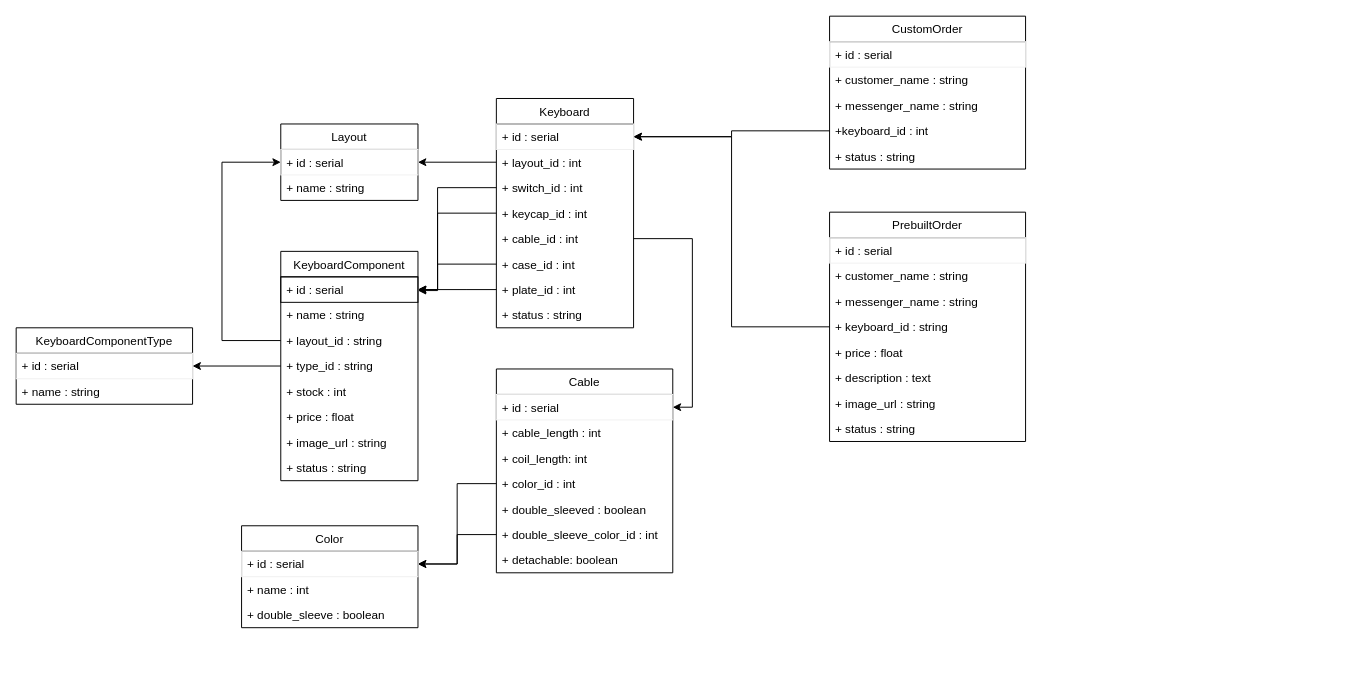
Earlier version of the draw.io diagram UML.drawio (saas786/chavez-inventory). Source tidied: cells renumbered, new cells numbered last; positions are measured from the earlier drawing's top-left corner, leaving out a move shared by most shapes. Both pictures are drawn from the tidied source at 98%, with x=0, y=0 at pixel (16, 16).
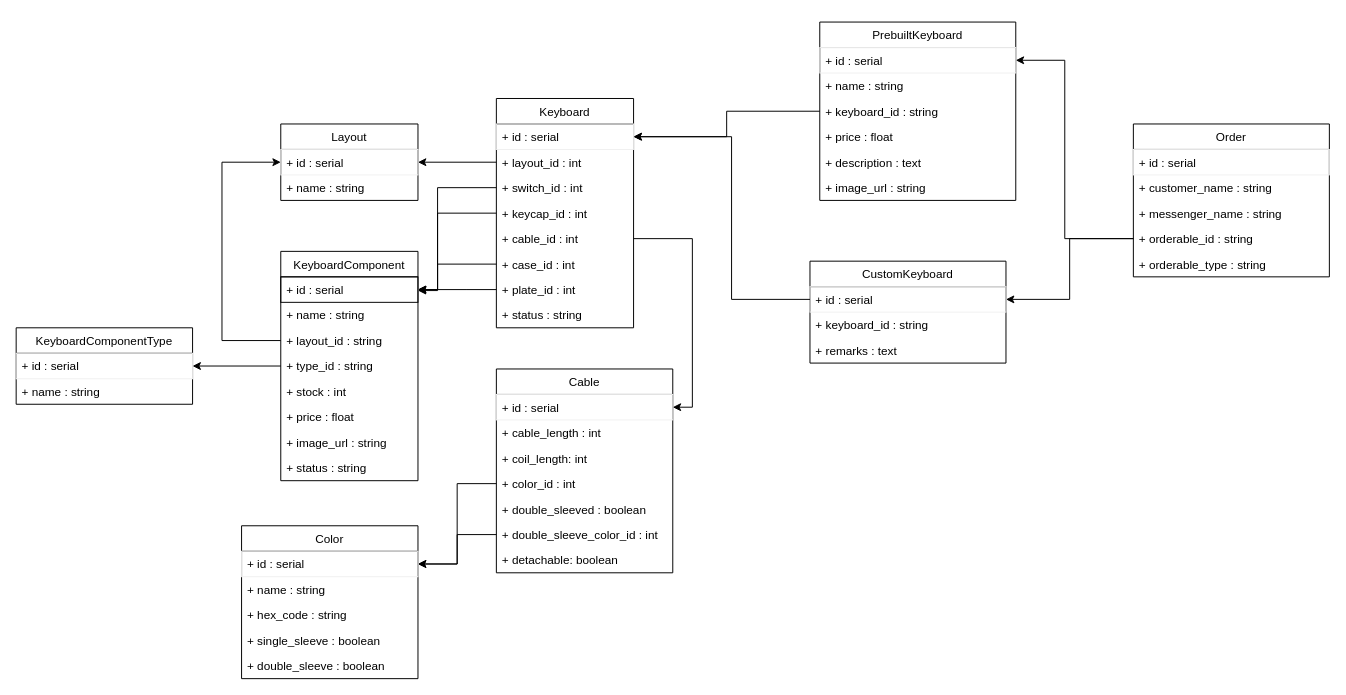
The same page after the edit.

The change refers to these unchanged cells:
```xml
<mxCell id="34" value="+ id : serial" style="text;fillColor=none;align=left;verticalAlign=top;spacingLeft=4;spacingRight=4;overflow=hidden;points=[[0,0.5],[1,0.5]];portConstraint=eastwest;strokeColor=#f0f0f0;" parent="33" vertex="1">
  <mxGeometry y="26" width="140" height="26" as="geometry" />
</mxCell>
```

What changed in the source:
```diff
@@
-    <mxCell id="2" style="edgeStyle=orthogonalEdgeStyle;rounded=0;jettySize=auto;html=1;exitX=0;exitY=0.5;exitDx=0;exitDy=0;entryX=1;entryY=0.5;entryDx=0;entryDy=0;" parent="1" edge="1" source="7" target="34">
-      <mxGeometry relative="1" as="geometry" />
-    </mxCell>
-    <mxCell id="3" value="CustomOrder" style="swimlane;fontStyle=0;horizontal=1;startSize=26;fillColor=none;" parent="1" vertex="1">
-      <mxGeometry x="830" width="200" height="156" as="geometry" />
-    </mxCell>
-    <mxCell id="4" value="+ id : serial" style="text;fillColor=none;align=left;verticalAlign=top;spacingLeft=4;spacingRight=4;overflow=hidden;strokeColor=#f0f0f0;" parent="3" vertex="1">
-      <mxGeometry y="26" width="200" height="26" as="geometry" />
-    </mxCell>
-    <mxCell id="5" value="+ customer_name : string" style="text;strokeColor=none;fillColor=none;align=left;verticalAlign=top;spacingLeft=4;spacingRight=4;overflow=hidden;" parent="3" vertex="1">
-      <mxGeometry y="52" width="200" height="26" as="geometry" />
-    </mxCell>
-    <mxCell id="6" value="+ messenger_name : string" style="text;strokeColor=none;fillColor=none;align=left;verticalAlign=top;spacingLeft=4;spacingRight=4;overflow=hidden;" parent="3" vertex="1">
-      <mxGeometry y="78" width="200" height="26" as="geometry" />
-    </mxCell>
-    <mxCell id="7" value="+keyboard_id : int" style="text;strokeColor=none;fillColor=none;align=left;verticalAlign=top;spacingLeft=4;spacingRight=4;overflow=hidden;points=[[0,0.5],[1,0.5]];portConstraint=eastwest;" parent="3" vertex="1">
-      <mxGeometry y="104" width="200" height="26" as="geometry" />
-    </mxCell>
-    <mxCell id="8" value="+ status : string" style="text;strokeColor=none;fillColor=none;align=left;verticalAlign=top;spacingLeft=4;spacingRight=4;overflow=hidden;" parent="3" vertex="1">
-      <mxGeometry y="130" width="200" height="26" as="geometry" />
-    </mxCell>
-    <mxCell id="9" value="PrebuiltOrder" style="swimlane;fontStyle=0;horizontal=1;startSize=26;fillColor=none;" parent="1" vertex="1">
-      <mxGeometry x="830" y="200" width="200" height="234" as="geometry" />
-    </mxCell>
-    <mxCell id="10" value="+ id : serial" style="text;fillColor=none;align=left;verticalAlign=top;spacingLeft=4;spacingRight=4;overflow=hidden;strokeColor=#f0f0f0;" parent="9" vertex="1">
-      <mxGeometry y="26" width="200" height="26" as="geometry" />
-    </mxCell>
-    <mxCell id="11" value="+ customer_name : string" style="text;strokeColor=none;fillColor=none;align=left;verticalAlign=top;spacingLeft=4;spacingRight=4;overflow=hidden;" parent="9" vertex="1">
-      <mxGeometry y="52" width="200" height="26" as="geometry" />
-    </mxCell>
-    <mxCell id="12" value="+ messenger_name : string" style="text;strokeColor=none;fillColor=none;align=left;verticalAlign=top;spacingLeft=4;spacingRight=4;overflow=hidden;" parent="9" vertex="1">
-      <mxGeometry y="78" width="200" height="26" as="geometry" />
-    </mxCell>
-    <mxCell id="13" value="+ keyboard_id : string" style="text;strokeColor=none;fillColor=none;align=left;verticalAlign=top;spacingLeft=4;spacingRight=4;overflow=hidden;points=[[0,0.5],[1,0.5]];portConstraint=eastwest;" parent="9" vertex="1">
-      <mxGeometry y="104" width="200" height="26" as="geometry" />
-    </mxCell>
-    <mxCell id="14" value="+ price : float" style="text;strokeColor=none;fillColor=none;align=left;verticalAlign=top;spacingLeft=4;spacingRight=4;overflow=hidden;" parent="9" vertex="1">
-      <mxGeometry y="130" width="200" height="26" as="geometry" />
-    </mxCell>
-    <mxCell id="15" value="+ description : text" style="text;strokeColor=none;fillColor=none;align=left;verticalAlign=top;spacingLeft=4;spacingRight=4;overflow=hidden;" parent="9" vertex="1">
-      <mxGeometry y="156" width="200" height="26" as="geometry" />
-    </mxCell>
-    <mxCell id="16" value="+ image_url : string" style="text;strokeColor=none;fillColor=none;align=left;verticalAlign=top;spacingLeft=4;spacingRight=4;overflow=hidden;" parent="9" vertex="1">
-      <mxGeometry y="182" width="200" height="26" as="geometry" />
-    </mxCell>
-    <mxCell id="17" value="+ status : string" style="text;strokeColor=none;fillColor=none;align=left;verticalAlign=top;spacingLeft=4;spacingRight=4;overflow=hidden;" parent="9" vertex="1">
-      <mxGeometry y="208" width="200" height="26" as="geometry" />
-    </mxCell>
-    <mxCell id="18" style="edgeStyle=orthogonalEdgeStyle;rounded=0;jettySize=auto;html=1;exitX=0;exitY=0.5;exitDx=0;exitDy=0;entryX=1;entryY=0.5;entryDx=0;entryDy=0;" parent="1" edge="1" source="13" target="34">
-      <mxGeometry relative="1" as="geometry" />
-    </mxCell>
@@
+    <mxCell id="65" value="PrebuiltKeyboard" style="swimlane;fontStyle=0;horizontal=1;startSize=26;fillColor=none;" parent="1" vertex="1">
+      <mxGeometry x="820" y="6" width="200" height="182" as="geometry" />
+    </mxCell>
+    <mxCell id="66" value="+ id : serial" style="text;fillColor=none;align=left;verticalAlign=top;spacingLeft=4;spacingRight=4;overflow=hidden;points=[[0,0.5],[1,0.5]];portConstraint=eastwest;strokeColor=#f0f0f0;" parent="65" vertex="1">
+      <mxGeometry y="26" width="200" height="26" as="geometry" />
+    </mxCell>
+    <mxCell id="67" value="+ name : string" style="text;strokeColor=none;fillColor=none;align=left;verticalAlign=top;spacingLeft=4;spacingRight=4;overflow=hidden;" parent="65" vertex="1">
+      <mxGeometry y="52" width="200" height="26" as="geometry" />
+    </mxCell>
+    <mxCell id="68" value="+ keyboard_id : string" style="text;strokeColor=none;fillColor=none;align=left;verticalAlign=top;spacingLeft=4;spacingRight=4;overflow=hidden;points=[[0,0.5],[1,0.5]];portConstraint=eastwest;" parent="65" vertex="1">
+      <mxGeometry y="78" width="200" height="26" as="geometry" />
+    </mxCell>
+    <mxCell id="14" value="+ price : float" style="text;strokeColor=none;fillColor=none;align=left;verticalAlign=top;spacingLeft=4;spacingRight=4;overflow=hidden;" parent="65" vertex="1">
+      <mxGeometry y="104" width="200" height="26" as="geometry" />
+    </mxCell>
+    <mxCell id="15" value="+ description : text" style="text;strokeColor=none;fillColor=none;align=left;verticalAlign=top;spacingLeft=4;spacingRight=4;overflow=hidden;" parent="65" vertex="1">
+      <mxGeometry y="130" width="200" height="26" as="geometry" />
+    </mxCell>
+    <mxCell id="16" value="+ image_url : string" style="text;strokeColor=none;fillColor=none;align=left;verticalAlign=top;spacingLeft=4;spacingRight=4;overflow=hidden;" parent="65" vertex="1">
+      <mxGeometry y="156" width="200" height="26" as="geometry" />
+    </mxCell>
     <mxCell id="59" value="Color" style="swimlane;fontStyle=0;horizontal=1;startSize=26;fillColor=none;" parent="1" vertex="1">
-      <mxGeometry x="230" y="520" width="180" height="104" as="geometry" />
+      <mxGeometry x="230" y="520" width="180" height="156" as="geometry" />
     </mxCell>
@@
-    <mxCell id="61" value="+ name : int" style="text;strokeColor=none;fillColor=none;align=left;verticalAlign=top;spacingLeft=4;spacingRight=4;overflow=hidden;" parent="59" vertex="1">
+    <mxCell id="61" value="+ name : string" style="text;strokeColor=none;fillColor=none;align=left;verticalAlign=top;spacingLeft=4;spacingRight=4;overflow=hidden;" parent="59" vertex="1">
       <mxGeometry y="52" width="180" height="26" as="geometry" />
     </mxCell>
+    <mxCell id="69" value="+ hex_code : string" style="text;strokeColor=none;fillColor=none;align=left;verticalAlign=top;spacingLeft=4;spacingRight=4;overflow=hidden;" parent="59" vertex="1">
+      <mxGeometry y="78" width="180" height="26" as="geometry" />
+    </mxCell>
+    <mxCell id="70" value="+ single_sleeve : boolean" style="text;strokeColor=none;fillColor=none;align=left;verticalAlign=top;spacingLeft=4;spacingRight=4;overflow=hidden;" parent="59" vertex="1">
+      <mxGeometry y="104" width="180" height="26" as="geometry" />
+    </mxCell>
     <mxCell id="62" value="+ double_sleeve : boolean" style="text;strokeColor=none;fillColor=none;align=left;verticalAlign=top;spacingLeft=4;spacingRight=4;overflow=hidden;" parent="59" vertex="1">
-      <mxGeometry y="78" width="180" height="26" as="geometry" />
+      <mxGeometry y="130" width="180" height="26" as="geometry" />
     </mxCell>
@@
+    <mxCell id="71" value="CustomKeyboard" style="swimlane;fontStyle=0;horizontal=1;startSize=26;fillColor=none;" parent="1" vertex="1">
+      <mxGeometry x="810" y="250" width="200" height="104" as="geometry" />
+    </mxCell>
+    <mxCell id="72" value="+ id : serial" style="text;fillColor=none;align=left;verticalAlign=top;spacingLeft=4;spacingRight=4;overflow=hidden;points=[[0,0.5],[1,0.5]];portConstraint=eastwest;strokeColor=#f0f0f0;" parent="71" vertex="1">
+      <mxGeometry y="26" width="200" height="26" as="geometry" />
+    </mxCell>
+    <mxCell id="73" value="+ keyboard_id : string" style="text;strokeColor=none;fillColor=none;align=left;verticalAlign=top;spacingLeft=4;spacingRight=4;overflow=hidden;" parent="71" vertex="1">
+      <mxGeometry y="52" width="200" height="26" as="geometry" />
+    </mxCell>
+    <mxCell id="74" value="+ remarks : text" style="text;strokeColor=none;fillColor=none;align=left;verticalAlign=top;spacingLeft=4;spacingRight=4;overflow=hidden;" parent="71" vertex="1">
+      <mxGeometry y="78" width="200" height="26" as="geometry" />
+    </mxCell>
+    <mxCell id="75" style="edgeStyle=orthogonalEdgeStyle;rounded=0;jettySize=auto;html=1;exitX=0;exitY=0.5;exitDx=0;exitDy=0;entryX=1;entryY=0.5;entryDx=0;entryDy=0;" parent="1" edge="1" source="68" target="34">
+      <mxGeometry relative="1" as="geometry" />
+    </mxCell>
+    <mxCell id="76" style="edgeStyle=orthogonalEdgeStyle;rounded=0;jettySize=auto;html=1;exitX=0;exitY=0.5;exitDx=0;exitDy=0;entryX=1;entryY=0.5;entryDx=0;entryDy=0;" parent="1" edge="1" source="72" target="34">
+      <mxGeometry relative="1" as="geometry">
+        <Array as="points">
+          <mxPoint x="730" y="289" />
+          <mxPoint x="730" y="123" />
+        </Array>
+      </mxGeometry>
+    </mxCell>
+    <mxCell id="77" value="Order" style="swimlane;fontStyle=0;horizontal=1;startSize=26;fillColor=none;" parent="1" vertex="1">
+      <mxGeometry x="1140" y="110" width="200" height="156" as="geometry" />
+    </mxCell>
+    <mxCell id="78" value="+ id : serial" style="text;fillColor=none;align=left;verticalAlign=top;spacingLeft=4;spacingRight=4;overflow=hidden;strokeColor=#f0f0f0;" parent="77" vertex="1">
+      <mxGeometry y="26" width="200" height="26" as="geometry" />
+    </mxCell>
+    <mxCell id="79" value="+ customer_name : string" style="text;strokeColor=none;fillColor=none;align=left;verticalAlign=top;spacingLeft=4;spacingRight=4;overflow=hidden;" parent="77" vertex="1">
+      <mxGeometry y="52" width="200" height="26" as="geometry" />
+    </mxCell>
+    <mxCell id="80" value="+ messenger_name : string" style="text;strokeColor=none;fillColor=none;align=left;verticalAlign=top;spacingLeft=4;spacingRight=4;overflow=hidden;" parent="77" vertex="1">
+      <mxGeometry y="78" width="200" height="26" as="geometry" />
+    </mxCell>
+    <mxCell id="81" value="+ orderable_id : string" style="text;strokeColor=none;fillColor=none;align=left;verticalAlign=top;spacingLeft=4;spacingRight=4;overflow=hidden;points=[[0,0.5],[1,0.5]];portConstraint=eastwest;" parent="77" vertex="1">
+      <mxGeometry y="104" width="200" height="26" as="geometry" />
+    </mxCell>
+    <mxCell id="82" value="+ orderable_type : string" style="text;strokeColor=none;fillColor=none;align=left;verticalAlign=top;spacingLeft=4;spacingRight=4;overflow=hidden;" parent="77" vertex="1">
+      <mxGeometry y="130" width="200" height="26" as="geometry" />
+    </mxCell>
+    <mxCell id="83" style="edgeStyle=orthogonalEdgeStyle;rounded=0;jettySize=auto;html=1;exitX=0;exitY=0.5;exitDx=0;exitDy=0;entryX=1;entryY=0.5;entryDx=0;entryDy=0;" parent="1" edge="1" source="81" target="66">
+      <mxGeometry relative="1" as="geometry">
+        <Array as="points">
+          <mxPoint x="1070" y="227" />
+          <mxPoint x="1070" y="45" />
+        </Array>
+      </mxGeometry>
+    </mxCell>
+    <mxCell id="84" style="edgeStyle=orthogonalEdgeStyle;rounded=0;jettySize=auto;html=1;exitX=0;exitY=0.5;exitDx=0;exitDy=0;entryX=1;entryY=0.5;entryDx=0;entryDy=0;" parent="1" edge="1" source="81" target="72">
+      <mxGeometry relative="1" as="geometry" />
+    </mxCell>
```
